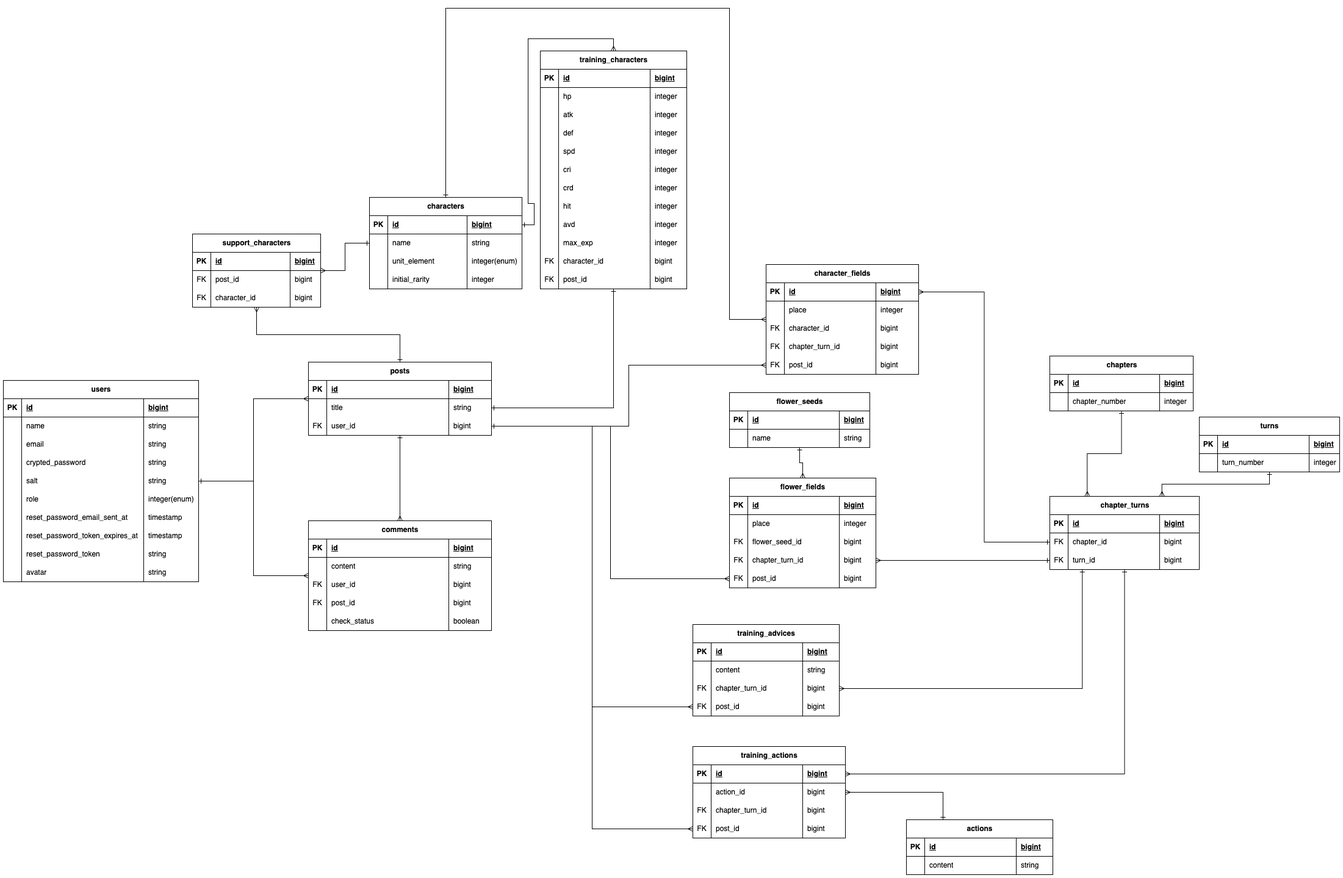
The draw.io diagram ER図.drawio.png in yuuichi-code/kamutora_farm, before a commit. Source tidied: cells renumbered, new cells last; positions are measured from the earlier drawing's top-left corner, leaving out a move shared by most shapes.
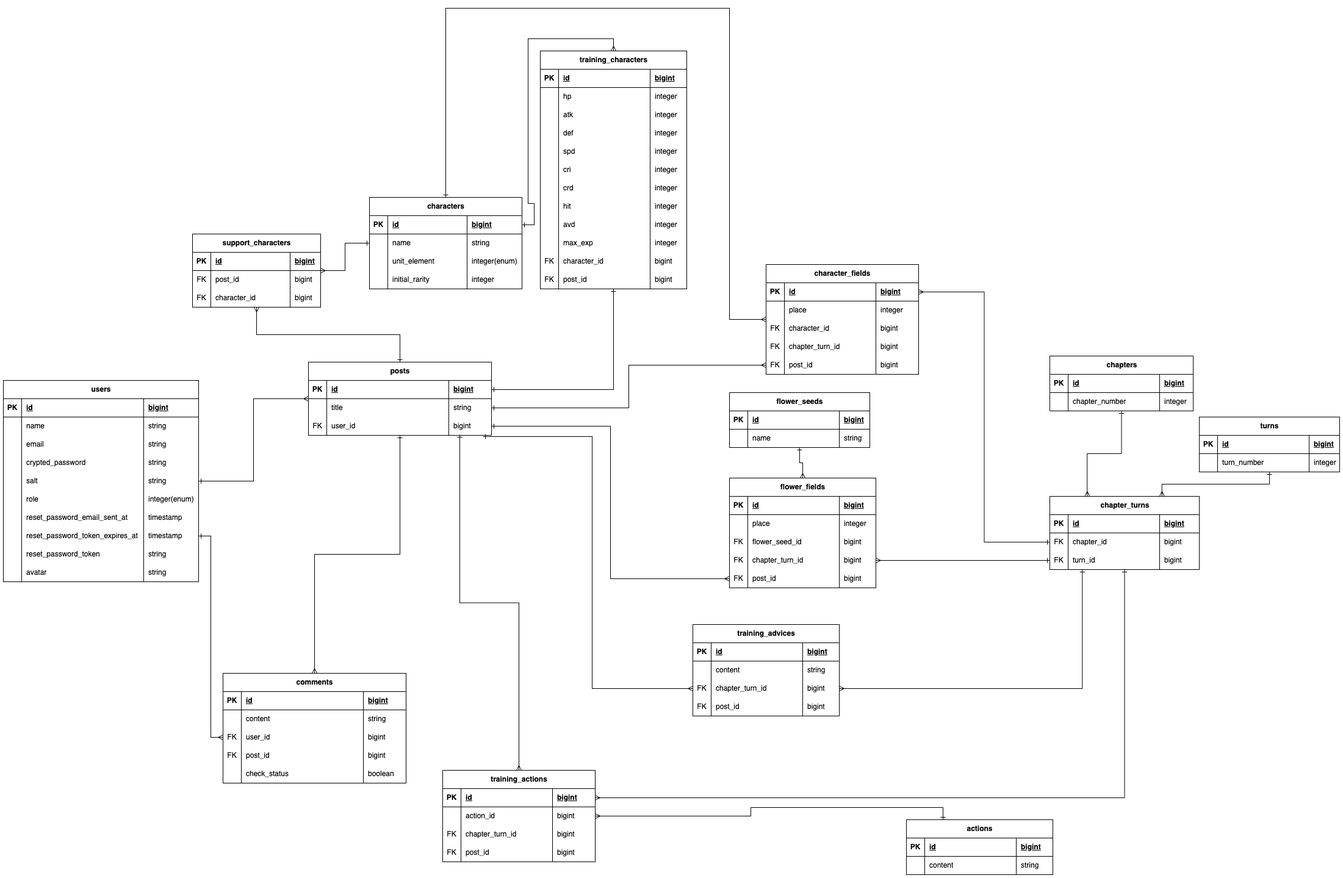
Later version of the same file.

Commit message:
[fix]リレーションが見にくかったため修正

What changed in the source:
```diff
@@ -5,9 +5,6 @@
     <mxCell id="2" style="edgeStyle=orthogonalEdgeStyle;rounded=0;jettySize=auto;html=1;endArrow=ERmany;endFill=0;startArrow=ERone;startFill=0;" parent="1" edge="1" source="4" target="95">
       <mxGeometry relative="1" as="geometry" />
     </mxCell>
-    <mxCell id="3" style="edgeStyle=orthogonalEdgeStyle;rounded=0;jettySize=auto;html=1;endArrow=ERmany;endFill=0;" parent="1" edge="1" source="4" target="140">
-      <mxGeometry relative="1" as="geometry" />
-    </mxCell>
     <mxCell id="4" value="users" style="shape=table;startSize=30;rowLines=0;fontStyle=1;align=center;html=1;" parent="1" vertex="1">
       <mxGeometry y="610" width="320" height="330" as="geometry" />
     </mxCell>
@@ -131,6 +128,9 @@
     <mxCell id="44" value="string" style="shape=partialRectangle;fillColor=none;top=0;left=0;bottom=0;right=0;align=left;spacingLeft=6;overflow=hidden;whiteSpace=wrap;html=1;" parent="41" vertex="1">
       <mxGeometry x="230" width="90" height="30" as="geometry" />
     </mxCell>
+    <mxCell id="301" style="edgeStyle=orthogonalEdgeStyle;rounded=0;jettySize=auto;html=1;entryX=1;entryY=0.5;entryDx=0;entryDy=0;startArrow=ERone;startFill=0;endArrow=ERone;endFill=0;" parent="1" edge="1" source="45" target="96">
+      <mxGeometry relative="1" as="geometry" />
+    </mxCell>
     <mxCell id="45" value="training_characters" style="shape=table;startSize=30;rowLines=0;fontStyle=1;align=center;html=1;" parent="1" vertex="1">
       <mxGeometry x="880" y="70" width="240" height="390" as="geometry" />
     </mxCell>
@@ -417,7 +417,7 @@
       <mxGeometry relative="1" as="geometry" />
     </mxCell>
     <mxCell id="140" value="comments" style="shape=table;startSize=30;rowLines=0;fontStyle=1;align=center;html=1;" parent="1" vertex="1">
-      <mxGeometry x="500" y="840" width="300" height="180" as="geometry" />
+      <mxGeometry x="360" y="1090" width="300" height="180" as="geometry" />
     </mxCell>
     <mxCell id="141" style="shape=tableRow;horizontal=0;startSize=0;swimlaneHead=0;swimlaneBody=0;fillColor=none;top=0;left=0;right=0;bottom=1;" parent="140" vertex="1">
       <mxGeometry y="30" width="300" height="30" as="geometry" />
@@ -479,9 +479,6 @@
     <mxCell id="160" value="boolean" style="shape=partialRectangle;fillColor=none;top=0;left=0;bottom=0;right=0;align=left;spacingLeft=6;overflow=hidden;whiteSpace=wrap;html=1;" parent="157" vertex="1">
       <mxGeometry x="230" width="70" height="30" as="geometry" />
     </mxCell>
-    <mxCell id="161" style="edgeStyle=orthogonalEdgeStyle;rounded=0;jettySize=auto;html=1;endArrow=ERone;endFill=0;startArrow=ERone;startFill=0;" parent="1" edge="1" source="100" target="45">
-      <mxGeometry relative="1" as="geometry" />
-    </mxCell>
     <mxCell id="162" style="edgeStyle=orthogonalEdgeStyle;rounded=0;jettySize=auto;html=1;entryX=0.5;entryY=0;entryDx=0;entryDy=0;endArrow=ERmany;endFill=0;startArrow=ERone;startFill=0;" parent="1" edge="1" source="123" target="45">
       <mxGeometry relative="1" as="geometry" />
     </mxCell>
@@ -803,8 +800,11 @@
     <mxCell id="266" value="bigint" style="shape=partialRectangle;fillColor=none;top=0;left=0;bottom=0;right=0;align=left;spacingLeft=6;overflow=hidden;whiteSpace=wrap;html=1;" parent="263" vertex="1">
       <mxGeometry x="180" width="60" height="30" as="geometry" />
     </mxCell>
+    <mxCell id="302" style="edgeStyle=orthogonalEdgeStyle;rounded=0;jettySize=auto;html=1;entryX=0.827;entryY=0.967;entryDx=0;entryDy=0;entryPerimeter=0;endArrow=ERone;endFill=0;startArrow=ERmany;startFill=0;" parent="1" edge="1" source="267" target="104">
+      <mxGeometry relative="1" as="geometry" />
+    </mxCell>
     <mxCell id="267" value="training_actions" style="shape=table;startSize=30;rowLines=0;fontStyle=1;align=center;html=1;" parent="1" vertex="1">
-      <mxGeometry x="1130" y="1210" width="250" height="150" as="geometry" />
+      <mxGeometry x="720" y="1249" width="250" height="150" as="geometry" />
     </mxCell>
     <mxCell id="268" style="shape=tableRow;horizontal=0;startSize=0;swimlaneHead=0;swimlaneBody=0;fillColor=none;points=[[0,0.5],[1,0.5]];portConstraint=eastwest;top=0;left=0;right=0;bottom=1;" parent="267" vertex="1">
       <mxGeometry y="30" width="250" height="30" as="geometry" />
@@ -860,15 +860,6 @@
     <mxCell id="285" style="edgeStyle=orthogonalEdgeStyle;rounded=0;jettySize=auto;html=1;entryX=0;entryY=0.5;entryDx=0;entryDy=0;endArrow=ERmany;endFill=0;startArrow=ERone;startFill=0;" parent="1" edge="1" source="104" target="190">
       <mxGeometry relative="1" as="geometry" />
     </mxCell>
-    <mxCell id="286" style="edgeStyle=orthogonalEdgeStyle;rounded=0;jettySize=auto;html=1;entryX=0;entryY=0.5;entryDx=0;entryDy=0;endArrow=ERmany;endFill=0;" parent="1" edge="1" source="104" target="222">
-      <mxGeometry relative="1" as="geometry" />
-    </mxCell>
-    <mxCell id="287" style="edgeStyle=orthogonalEdgeStyle;rounded=0;jettySize=auto;html=1;entryX=0;entryY=0.5;entryDx=0;entryDy=0;endArrow=ERmany;endFill=0;" parent="1" edge="1" source="104" target="263">
-      <mxGeometry relative="1" as="geometry" />
-    </mxCell>
-    <mxCell id="288" style="edgeStyle=orthogonalEdgeStyle;rounded=0;jettySize=auto;html=1;entryX=0;entryY=0.5;entryDx=0;entryDy=0;endArrow=ERmany;endFill=0;" parent="1" edge="1" source="104" target="280">
-      <mxGeometry relative="1" as="geometry" />
-    </mxCell>
     <mxCell id="289" style="edgeStyle=orthogonalEdgeStyle;rounded=0;jettySize=auto;html=1;entryX=1;entryY=0.5;entryDx=0;entryDy=0;endArrow=ERmany;endFill=0;startArrow=ERone;startFill=0;" parent="1" edge="1" source="246" target="186">
       <mxGeometry relative="1" as="geometry" />
     </mxCell>
@@ -905,5 +896,14 @@
     <mxCell id="300" value="string" style="shape=partialRectangle;fillColor=none;top=0;left=0;bottom=0;right=0;align=left;spacingLeft=6;overflow=hidden;whiteSpace=wrap;html=1;" parent="297" vertex="1">
       <mxGeometry x="180" width="60" height="30" as="geometry" />
     </mxCell>
+    <mxCell id="303" style="edgeStyle=orthogonalEdgeStyle;rounded=0;jettySize=auto;html=1;entryX=0;entryY=0.5;entryDx=0;entryDy=0;endArrow=ERmany;endFill=0;startArrow=ERone;startFill=0;" parent="1" edge="1" source="33" target="149">
+      <mxGeometry relative="1" as="geometry" />
+    </mxCell>
+    <mxCell id="304" style="edgeStyle=orthogonalEdgeStyle;rounded=0;jettySize=auto;html=1;entryX=0.953;entryY=1.067;entryDx=0;entryDy=0;entryPerimeter=0;endArrow=ERone;endFill=0;startArrow=ERmany;startFill=0;" parent="1" edge="1" source="259" target="104">
+      <mxGeometry relative="1" as="geometry" />
+    </mxCell>
+    <mxCell id="305" style="edgeStyle=orthogonalEdgeStyle;rounded=0;jettySize=auto;html=1;entryX=1;entryY=0.5;entryDx=0;entryDy=0;endArrow=ERone;endFill=0;startArrow=ERmany;startFill=0;" parent="1" edge="1" source="222" target="100">
+      <mxGeometry relative="1" as="geometry" />
+    </mxCell>
   </root>
 </mxGraphModel>
```
